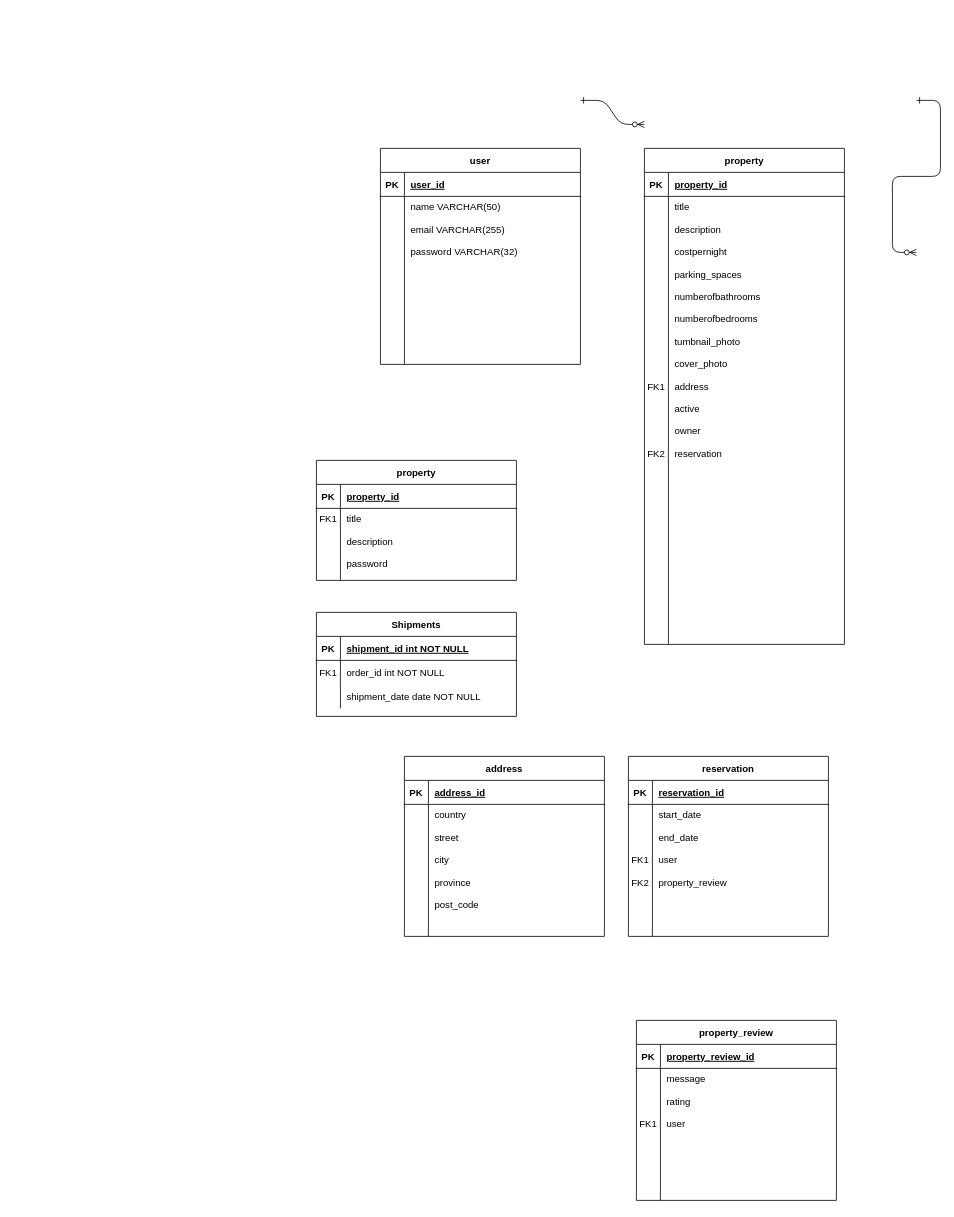
SorrenJ/LightBnB keeps this draw.io diagram as LightBnB.drawio. Above is the earlier version. Source tidied: cells renumbered, new cells numbered last; positions are measured from the earlier drawing's top-left corner, leaving out a move shared by most shapes. Both pictures are drawn from the tidied source at 80%, with x=0, y=0 at pixel (316, 100).
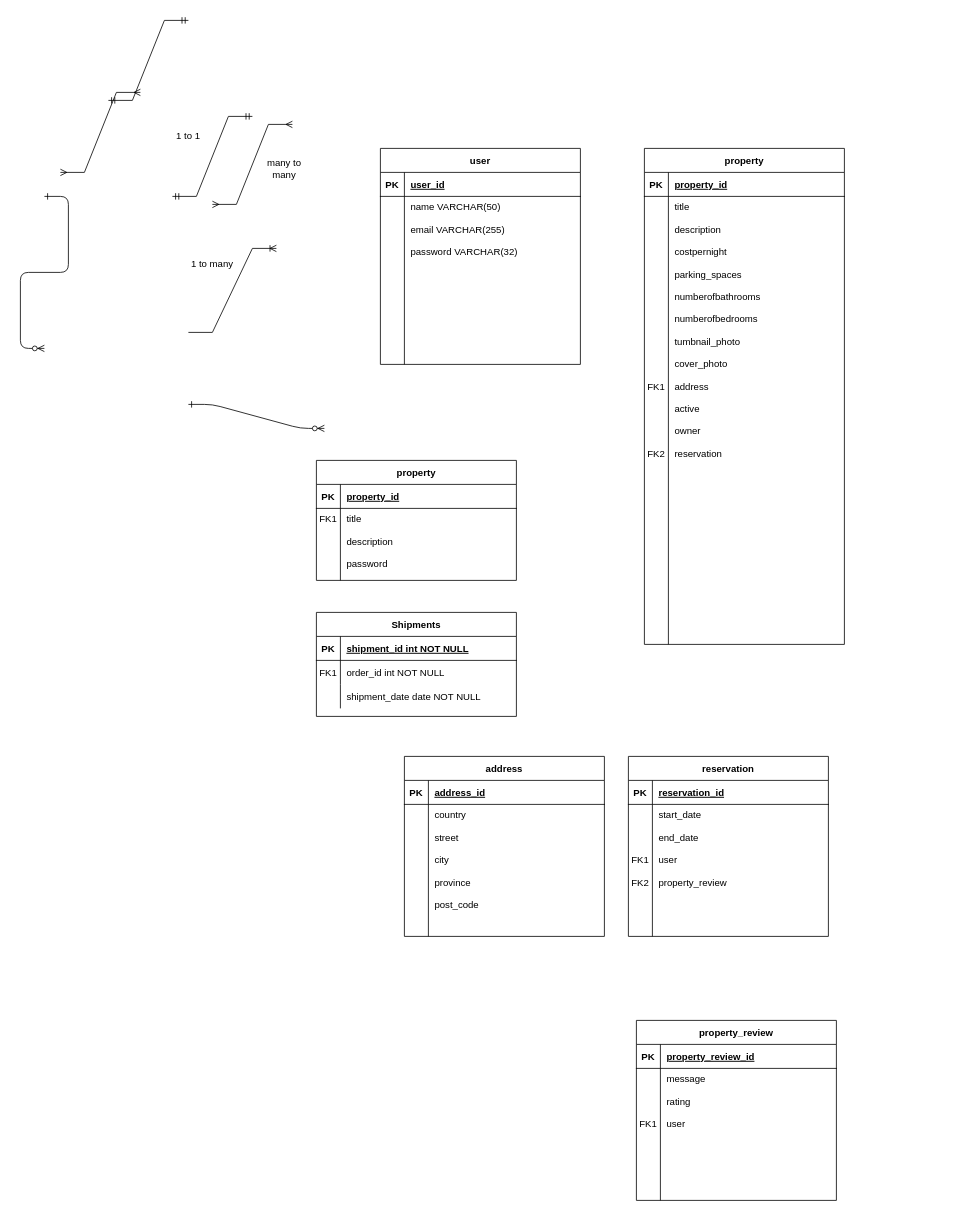
Above is the later version.

Diff of the diagram source:
```diff
@@
     <mxCell id="2" style="edgeStyle=entityRelationEdgeStyle;endArrow=ERzeroToMany;startArrow=ERone;endFill=1;startFill=0;" parent="1" edge="1">
       <mxGeometry relative="1" as="geometry">
-        <mxPoint x="330" as="sourcePoint" />
-        <mxPoint x="410" y="30" as="targetPoint" />
+        <mxPoint x="-160" y="380" as="sourcePoint" />
+        <mxPoint x="10" y="410" as="targetPoint" />
       </mxGeometry>
     </mxCell>
     <mxCell id="3" style="edgeStyle=entityRelationEdgeStyle;endArrow=ERzeroToMany;startArrow=ERone;endFill=1;startFill=0;" parent="1" edge="1">
       <mxGeometry relative="1" as="geometry">
-        <mxPoint x="750" as="sourcePoint" />
-        <mxPoint x="750" y="190" as="targetPoint" />
+        <mxPoint x="-340" y="120" as="sourcePoint" />
+        <mxPoint x="-340" y="310" as="targetPoint" />
       </mxGeometry>
     </mxCell>
@@
+    <mxCell id="56" style="edgeStyle=entityRelationEdgeStyle;fontSize=12;html=1;endArrow=ERmandOne;startArrow=ERmandOne;rounded=0;" parent="1" edge="1">
+      <mxGeometry relative="1" as="geometry">
+        <mxPoint x="-180" y="120" as="sourcePoint" />
+        <mxPoint x="-80" y="20" as="targetPoint" />
+      </mxGeometry>
+    </mxCell>
+    <mxCell id="57" value="1 to many" style="text;html=1;align=center;verticalAlign=middle;whiteSpace=wrap;rounded=0;" parent="1" vertex="1">
+      <mxGeometry x="-160" y="190" width="60" height="30" as="geometry" />
+    </mxCell>
+    <mxCell id="58" style="edgeStyle=entityRelationEdgeStyle;fontSize=12;html=1;endArrow=ERmany;startArrow=ERmany;rounded=0;" parent="1" edge="1">
+      <mxGeometry relative="1" as="geometry">
+        <mxPoint x="-130" y="130" as="sourcePoint" />
+        <mxPoint x="-30" y="30" as="targetPoint" />
+      </mxGeometry>
+    </mxCell>
+    <mxCell id="59" style="edgeStyle=entityRelationEdgeStyle;fontSize=12;html=1;endArrow=ERoneToMany;rounded=0;" parent="1" edge="1">
+      <mxGeometry relative="1" as="geometry">
+        <mxPoint x="-160" y="290" as="sourcePoint" />
+        <mxPoint x="-50" y="185" as="targetPoint" />
+      </mxGeometry>
+    </mxCell>
+    <mxCell id="60" value="1 to 1" style="text;html=1;align=center;verticalAlign=middle;whiteSpace=wrap;rounded=0;" parent="1" vertex="1">
+      <mxGeometry x="-190" y="30" width="60" height="30" as="geometry" />
+    </mxCell>
+    <mxCell id="61" style="edgeStyle=entityRelationEdgeStyle;fontSize=12;html=1;endArrow=ERmandOne;startArrow=ERmandOne;rounded=0;" parent="1" edge="1">
+      <mxGeometry relative="1" as="geometry">
+        <mxPoint x="-260" as="sourcePoint" />
+        <mxPoint x="-160" y="-100" as="targetPoint" />
+      </mxGeometry>
+    </mxCell>
+    <mxCell id="62" style="edgeStyle=entityRelationEdgeStyle;fontSize=12;html=1;endArrow=ERmany;startArrow=ERmany;rounded=0;" parent="1" edge="1">
+      <mxGeometry relative="1" as="geometry">
+        <mxPoint x="-320" y="90" as="sourcePoint" />
+        <mxPoint x="-220" y="-10" as="targetPoint" />
+        <Array as="points">
+          <mxPoint x="-260" y="20" />
+        </Array>
+      </mxGeometry>
+    </mxCell>
+    <mxCell id="63" value="many to many" style="text;html=1;align=center;verticalAlign=middle;whiteSpace=wrap;rounded=0;" parent="1" vertex="1">
+      <mxGeometry x="-70" y="70" width="60" height="30" as="geometry" />
+    </mxCell>
```
